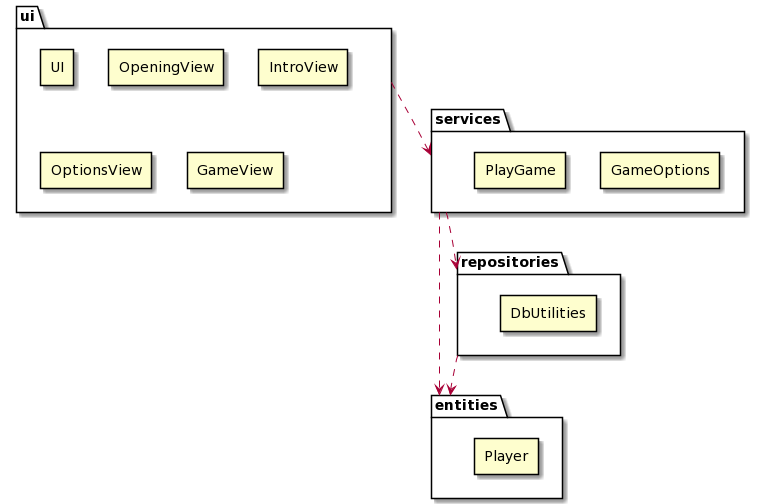
katriryt/ot-harjoitustyo keeps this PlantUML diagram as documentation/pictures/architecture_package_classes.png. Above is the earlier version.
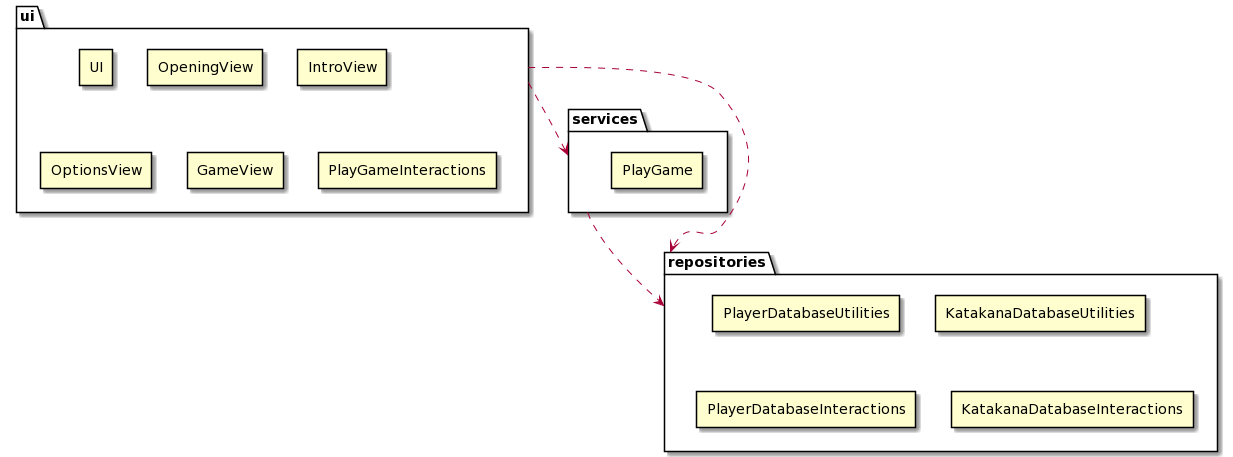
After the commit.

Change to the diagram source:
```diff
@@ -16,10 +16,11 @@
     rectangle GameView
 }
 
+package ui {
+    rectangle PlayGameInteractions
+}
+
 package services
-package services {
-    rectangle GameOptions
-}
 package services {
     rectangle PlayGame
 }
@@ -27,19 +28,27 @@
 
 ui -[dashed]-> services
 
-package entities
-package entities {
-    rectangle Player
+
+package repositories
+
+ui -[dashed]-> repositories
+
+services -[dashed]-> repositories
+
+
+package repositories {
+    rectangle PlayerDatabaseUtilities
 }
 
-services -[dashed]-> entities
-
-package repositories
 package repositories {
-    rectangle DbUtilities
+    rectangle KatakanaDatabaseUtilities
 }
 
+package repositories {
+    rectangle PlayerDatabaseInteractions
+}
 
-services -[dashed]-> repositories
-repositories -[dashed]-> entities
+package repositories {
+    rectangle KatakanaDatabaseInteractions
+}
 @enduml
```
